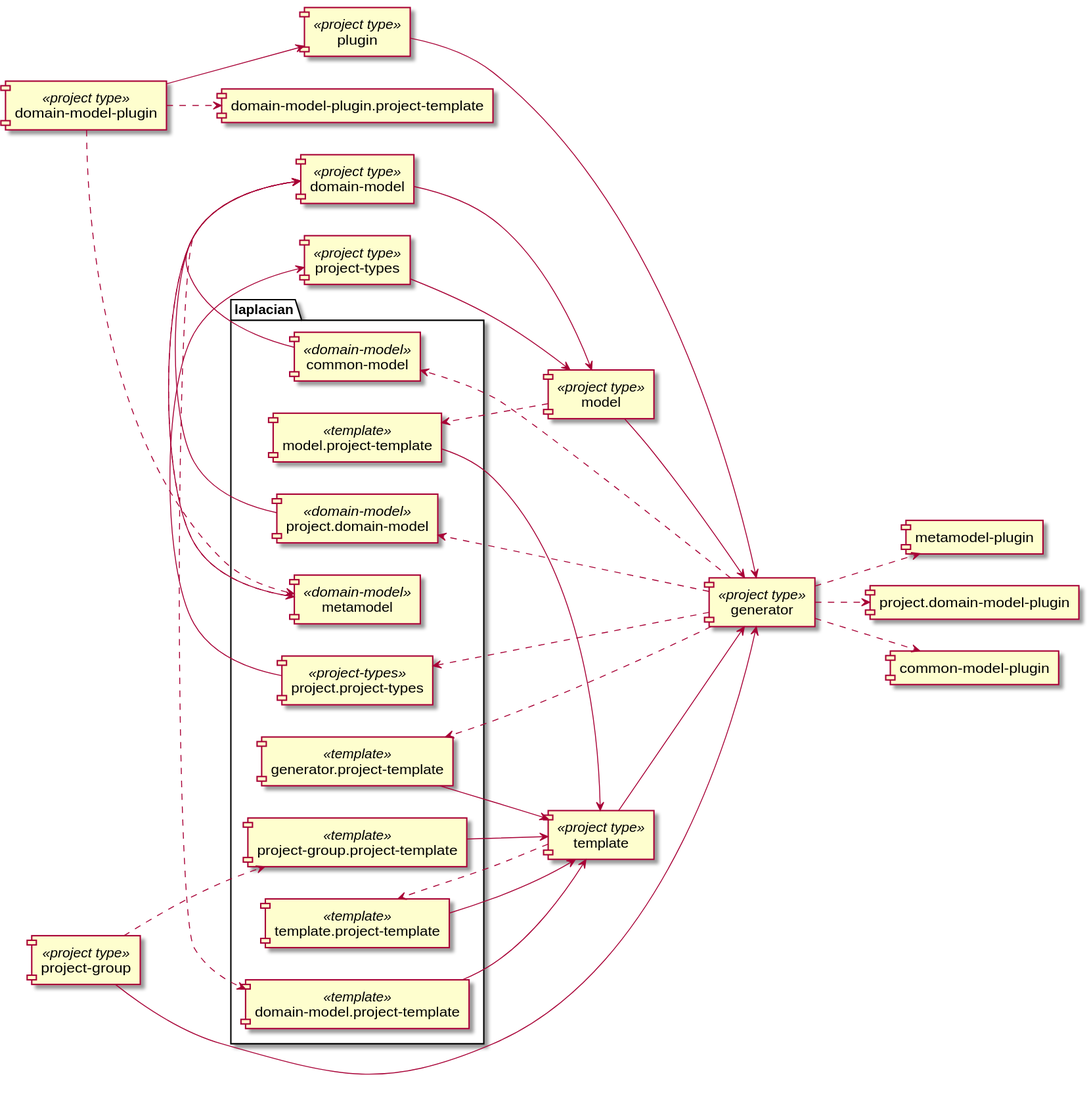
Above: doc/image/project-dependency-graph.svg in laplacian-core/projects (PlantUML), before the change.
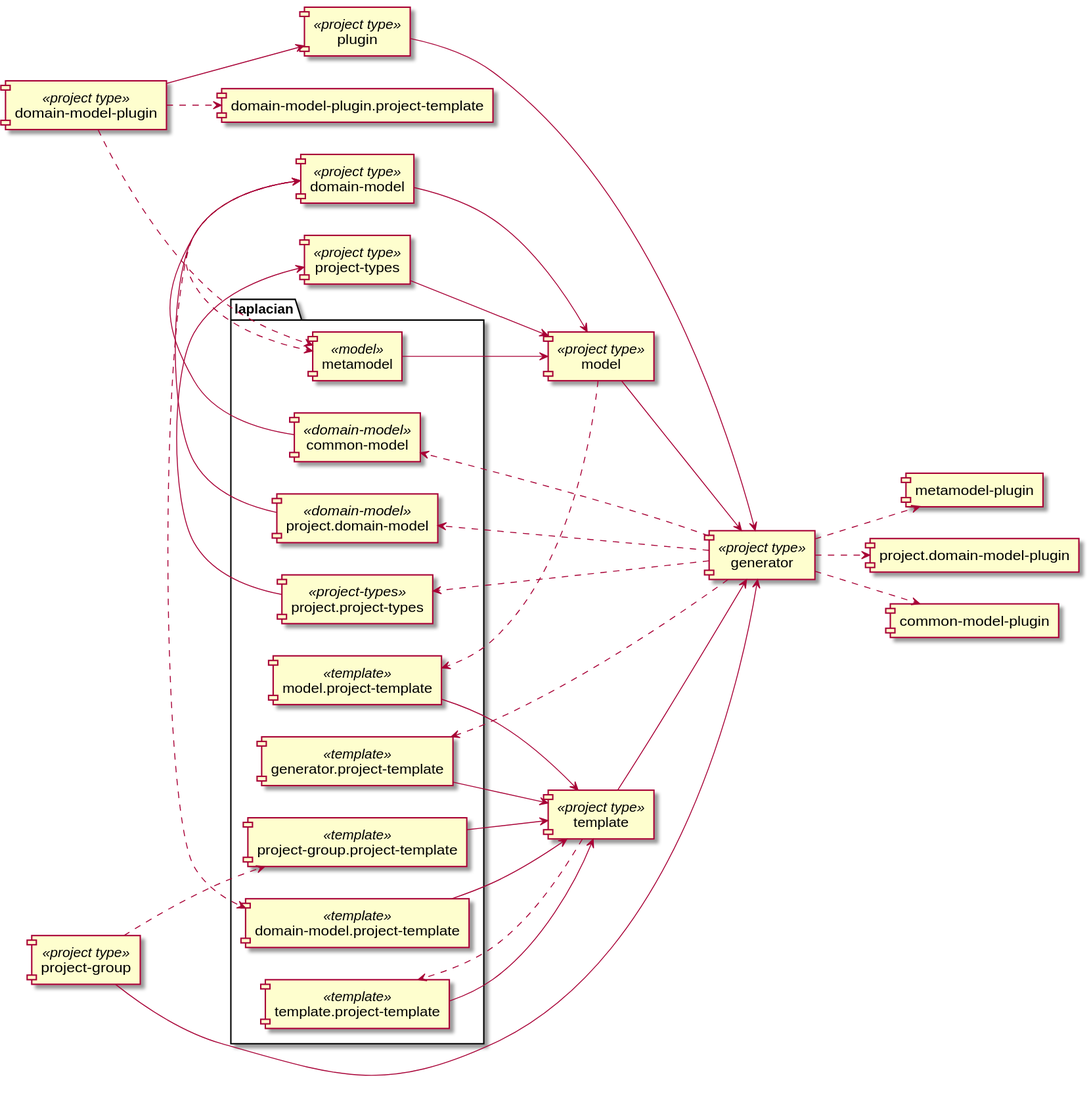
The same file after the commit.

Diff of the diagram source:
```diff
@@ -27,8 +27,8 @@
   [domain-model.project-template] --> [template]
   [generator.project-template] <<template>>
   [generator.project-template] --> [template]
-  [metamodel] <<domain-model>>
-  [metamodel] --> [domain-model]
+  [metamodel] <<model>>
+  [metamodel] --> [model]
   [model.project-template] <<template>>
   [model.project-template] --> [template]
   [project-group.project-template] <<template>>
```
